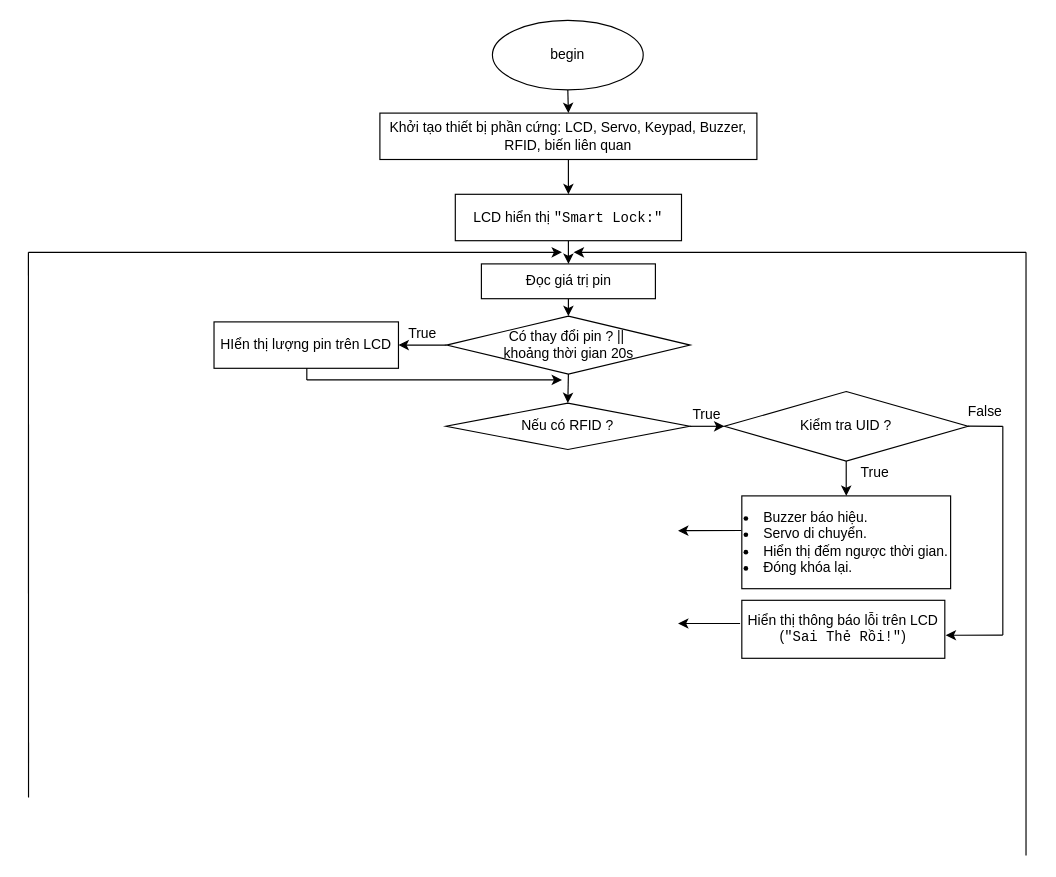
Earlier version of the draw.io diagram page "Khóa cửa thông minh" (2 of 3) of home.drawio (106210049/Smart-home). Source tidied: cells renumbered, new cells numbered last; positions are measured from the earlier drawing's top-left corner, leaving out a move shared by most shapes. Both pictures are drawn from the tidied source at 116%, with x=0, y=0 at pixel (28, 20).
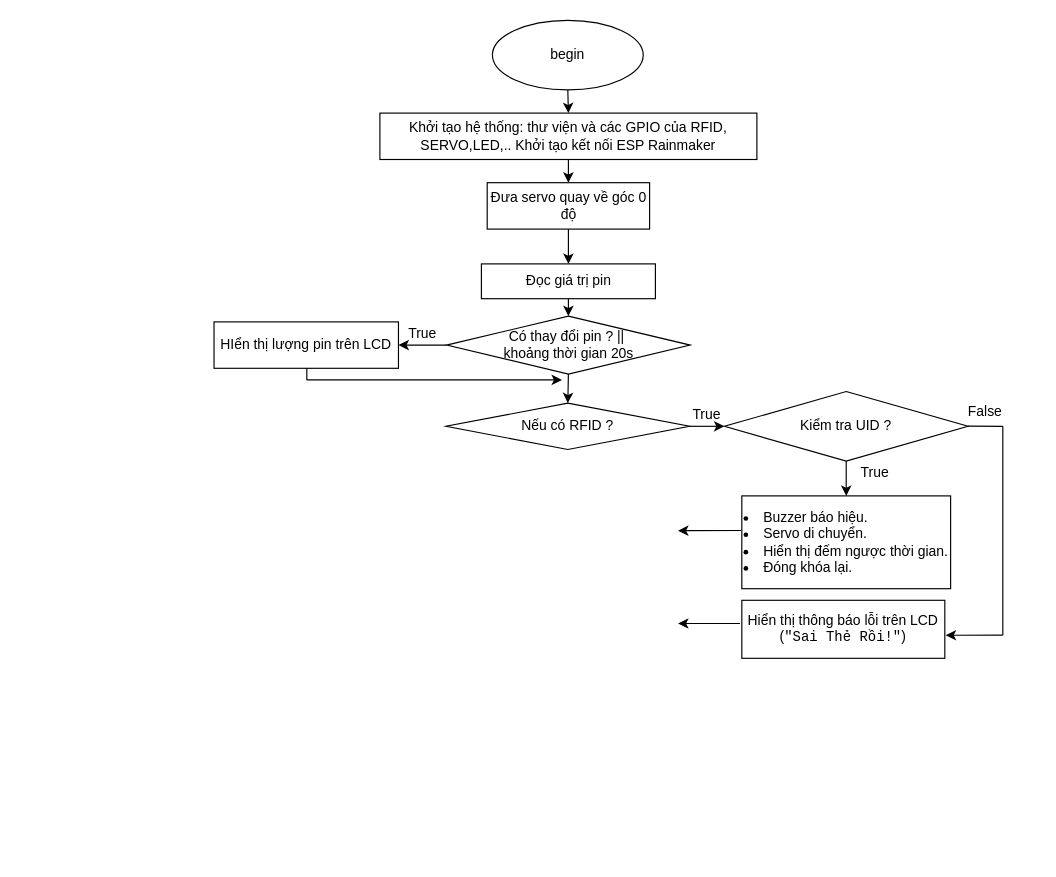
The same page after the edit.

Unchanged cells that the change refers to:
```xml
<mxCell id="9" value="Đọc giá trị pin" style="rounded=0;whiteSpace=wrap;html=1;" parent="1" vertex="1">
  <mxGeometry x="390.5" y="210" width="150" height="30" as="geometry" />
</mxCell>
```

What changed in the source:
```diff
@@
-    <mxCell id="4" style="edgeStyle=orthogonalEdgeStyle;rounded=0;jettySize=auto;html=1;exitX=0.5;exitY=1;exitDx=0;exitDy=0;entryX=0.5;entryY=0;entryDx=0;entryDy=0;" parent="1" edge="1" source="5" target="7">
-      <mxGeometry relative="1" as="geometry" />
-    </mxCell>
+    <mxCell id="35" style="edgeStyle=orthogonalEdgeStyle;rounded=0;jettySize=auto;html=1;exitX=0.5;exitY=1;exitDx=0;exitDy=0;entryX=0.5;entryY=0;entryDx=0;entryDy=0;" parent="1" edge="1" source="5" target="37">
+      <mxGeometry relative="1" as="geometry" />
+    </mxCell>
-    <mxCell id="5" value="Khởi tạo thiết bị phần cứng: LCD, Servo, Keypad, Buzzer, RFID, biến liên quan" style="rounded=0;whiteSpace=wrap;html=1;" parent="1" vertex="1">
+    <mxCell id="5" value="Khởi tạo hệ thống: thư viện và các GPIO của RFID, SERVO,LED,.. Khởi tạo kết nối ESP Rainmaker" style="rounded=0;whiteSpace=wrap;html=1;" parent="1" vertex="1">
       <mxGeometry x="303" y="80" width="325" height="40" as="geometry" />
     </mxCell>
-    <mxCell id="6" style="edgeStyle=orthogonalEdgeStyle;rounded=0;jettySize=auto;html=1;exitX=0.5;exitY=1;exitDx=0;exitDy=0;entryX=0.5;entryY=0;entryDx=0;entryDy=0;" parent="1" edge="1" source="7" target="9">
-      <mxGeometry relative="1" as="geometry" />
-    </mxCell>
-    <mxCell id="7" value="LCD hiển thị &lt;code&gt;&quot;Smart Lock:&quot;&lt;/code&gt;" style="rounded=0;whiteSpace=wrap;html=1;" parent="1" vertex="1">
-      <mxGeometry x="368" y="150" width="195" height="40" as="geometry" />
-    </mxCell>
@@
-    <mxCell id="29" style="endArrow=classic;html=1;rounded=0;" parent="1" edge="1">
-      <mxGeometry relative="1" as="geometry">
-        <mxPoint y="200" as="sourcePoint" />
-        <mxPoint x="460" y="200" as="targetPoint" />
-      </mxGeometry>
-    </mxCell>
-    <mxCell id="30" style="endArrow=none;html=1;rounded=0;" parent="1" edge="1">
-      <mxGeometry relative="1" as="geometry">
-        <mxPoint x="860" y="720" as="sourcePoint" />
-        <mxPoint x="860" y="200" as="targetPoint" />
-      </mxGeometry>
-    </mxCell>
-    <mxCell id="31" style="endArrow=classic;html=1;rounded=0;" parent="1" edge="1">
-      <mxGeometry relative="1" as="geometry">
-        <mxPoint x="860" y="200" as="sourcePoint" />
-        <mxPoint x="470" y="200" as="targetPoint" />
-      </mxGeometry>
-    </mxCell>
-    <mxCell id="32" style="endArrow=none;html=1;rounded=0;exitX=0.582;exitY=0;exitDx=0;exitDy=0;exitPerimeter=0;" parent="1" edge="1">
-      <mxGeometry relative="1" as="geometry">
-        <mxPoint x="0.1" y="670" as="sourcePoint" />
-        <mxPoint y="200" as="targetPoint" />
-      </mxGeometry>
-    </mxCell>
@@
+    <mxCell id="36" style="edgeStyle=orthogonalEdgeStyle;rounded=0;jettySize=auto;html=1;exitX=0.5;exitY=1;exitDx=0;exitDy=0;entryX=0.5;entryY=0;entryDx=0;entryDy=0;" parent="1" edge="1" source="37" target="9">
+      <mxGeometry relative="1" as="geometry" />
+    </mxCell>
+    <mxCell id="37" value="Đưa servo quay về góc 0 độ" style="rounded=0;whiteSpace=wrap;html=1;" parent="1" vertex="1">
+      <mxGeometry x="395.5" y="140" width="140" height="40" as="geometry" />
+    </mxCell>
```
